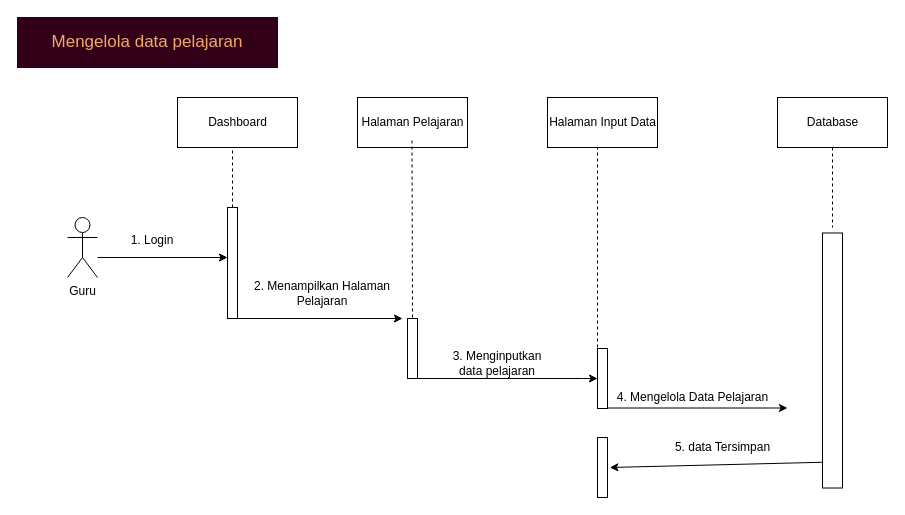
Earlier version of the draw.io diagram page "SQ-Guru-Kelola Pelajaran" (6 of 30) of draw.io/Proyek-3.drawio (Tugas-Proyek-Polindra/proyek-3). Source tidied: cells renumbered, new cells numbered last; positions are measured from the earlier drawing's top-left corner, leaving out a move shared by most shapes. Both pictures are drawn from the tidied source at 100%, with x=0, y=0 at pixel (17, 17).
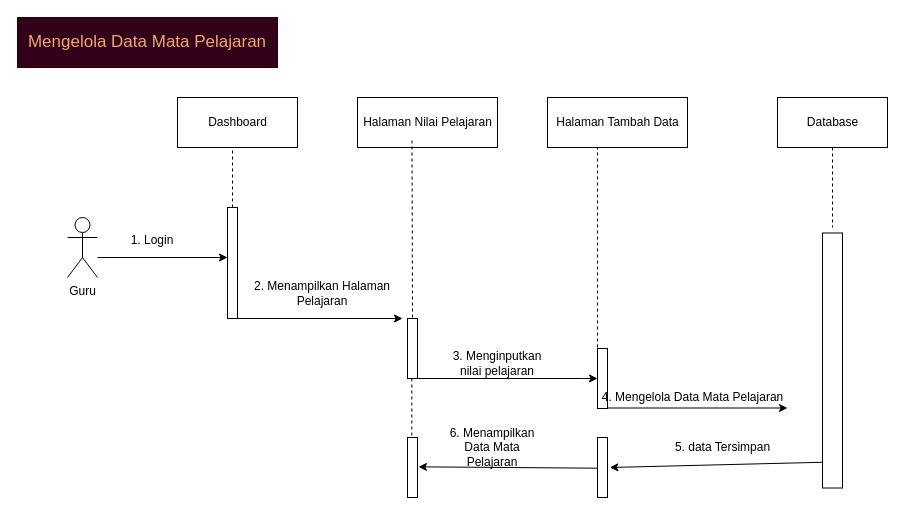
The same diagram, later.

The change refers to these unchanged cells:
```xml
<mxCell id="14" style="html=1;points=[];perimeter=orthogonalPerimeter;" parent="1" vertex="1">
  <mxGeometry x="390" y="301" width="10" height="60" as="geometry" />
</mxCell>
```

Change to the diagram source:
```diff
@@
-    <mxCell id="4" value="Halaman Pelajaran" style="html=1;" parent="1" vertex="1">
-      <mxGeometry x="340" y="80" width="110" height="50" as="geometry" />
+    <mxCell id="4" value="Halaman Nilai Pelajaran" style="html=1;" parent="1" vertex="1">
+      <mxGeometry x="340" y="80" width="140" height="50" as="geometry" />
     </mxCell>
-    <mxCell id="5" value="Halaman Input Data" style="html=1;" parent="1" vertex="1">
-      <mxGeometry x="530" y="80" width="110" height="50" as="geometry" />
+    <mxCell id="5" value="Halaman Tambah Data" style="html=1;" parent="1" vertex="1">
+      <mxGeometry x="530" y="80" width="140" height="50" as="geometry" />
     </mxCell>
@@
-    <mxCell id="18" value="&lt;font color=&quot;#f0aa69&quot;&gt;&lt;span style=&quot;font-size: 17px&quot;&gt;Mengelola data pelajaran&lt;/span&gt;&lt;/font&gt;" style="text;html=1;align=center;verticalAlign=middle;whiteSpace=wrap;rounded=0;fontColor=#333333;strokeColor=#330000;fillColor=#33001A;" parent="1" vertex="1">
+    <mxCell id="18" value="&lt;font color=&quot;#f0aa69&quot;&gt;&lt;span style=&quot;font-size: 17px&quot;&gt;Mengelola Data Mata Pelajaran&lt;/span&gt;&lt;/font&gt;" style="text;html=1;align=center;verticalAlign=middle;whiteSpace=wrap;rounded=0;fontColor=#333333;strokeColor=#330000;fillColor=#33001A;" parent="1" vertex="1">
       <mxGeometry width="260" height="50" as="geometry" />
     </mxCell>
@@
-    <mxCell id="21" value="3. Menginputkan data pelajaran" style="text;html=1;strokeColor=none;fillColor=none;align=center;verticalAlign=middle;whiteSpace=wrap;rounded=0;" parent="1" vertex="1">
+    <mxCell id="21" value="3. Menginputkan nilai pelajaran" style="text;html=1;strokeColor=none;fillColor=none;align=center;verticalAlign=middle;whiteSpace=wrap;rounded=0;" parent="1" vertex="1">
       <mxGeometry x="430" y="331" width="100" height="30" as="geometry" />
     </mxCell>
@@
-    <mxCell id="23" value="4. Mengelola Data Pelajaran" style="text;html=1;align=center;verticalAlign=middle;strokeColor=none;fillColor=none;" parent="1" vertex="1">
-      <mxGeometry x="590" y="370" width="170" height="20" as="geometry" />
+    <mxCell id="23" value="4. Mengelola Data Mata Pelajaran" style="text;html=1;align=center;verticalAlign=middle;strokeColor=none;fillColor=none;" parent="1" vertex="1">
+      <mxGeometry x="575" y="370" width="200" height="20" as="geometry" />
     </mxCell>
@@
+    <mxCell id="29" style="endArrow=classic;html=1;rounded=0;exitX=0.117;exitY=-0.033;exitDx=0;exitDy=0;exitPerimeter=0;entryX=1.1;entryY=0.489;entryDx=0;entryDy=0;entryPerimeter=0;" parent="1" edge="1" target="30">
+      <mxGeometry relative="1" as="geometry">
+        <mxPoint x="580" y="450.7" as="sourcePoint" />
+      </mxGeometry>
+    </mxCell>
+    <mxCell id="30" style="html=1;points=[];perimeter=orthogonalPerimeter;" parent="1" vertex="1">
+      <mxGeometry x="390" y="420" width="10" height="60" as="geometry" />
+    </mxCell>
+    <mxCell id="31" style="endArrow=none;dashed=1;html=1;rounded=0;exitX=0.433;exitY=-0.033;exitDx=0;exitDy=0;exitPerimeter=0;" parent="1" edge="1" source="30" target="14">
+      <mxGeometry relative="1" as="geometry" />
+    </mxCell>
+    <mxCell id="32" value="6. Menampilkan Data Mata Pelajaran" style="text;html=1;strokeColor=none;fillColor=none;align=center;verticalAlign=middle;whiteSpace=wrap;rounded=0;" parent="1" vertex="1">
+      <mxGeometry x="425" y="415" width="100" height="30" as="geometry" />
+    </mxCell>
```
